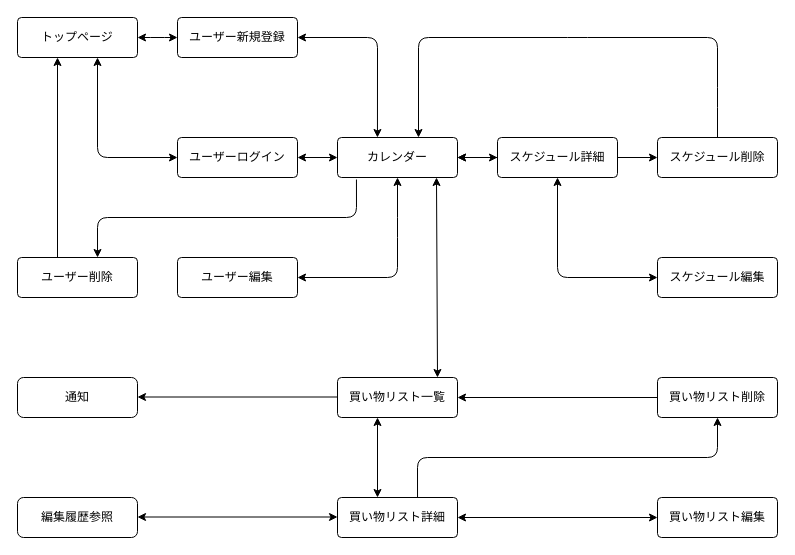
This is 画面遷移図.dio from wassyprince/shopping_days, a draw.io file, before an edit. Source tidied: cells renumbered, new cells numbered last; positions are measured from the earlier drawing's top-left corner, leaving out a move shared by most shapes. Both pictures are drawn from the tidied source at 100%, with x=0, y=0 at pixel (17, 17).
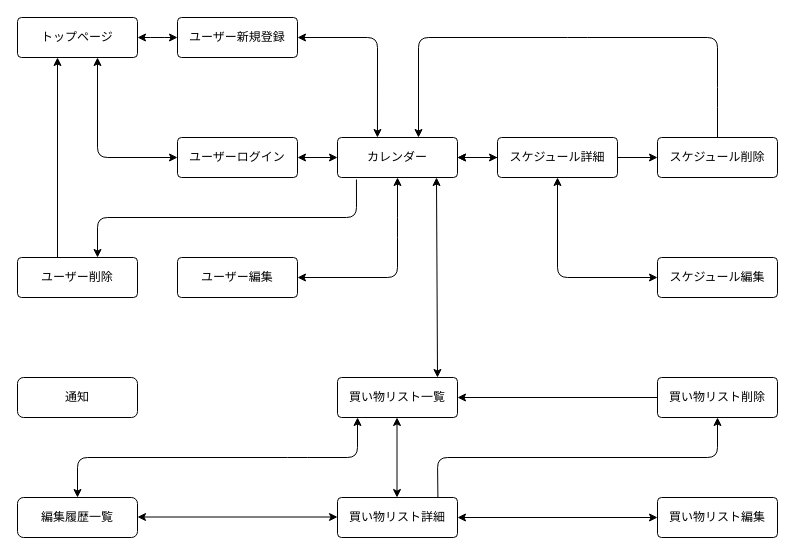
After the change.

The change refers to these unchanged cells:
```xml
<mxCell id="4" value="買い物リスト一覧" style="rounded=1;arcSize=10;whiteSpace=wrap;html=1;align=center;" parent="1" vertex="1">
  <mxGeometry x="320" y="360" width="120" height="40" as="geometry" />
</mxCell>
<mxCell id="27" value="買い物リスト削除" style="rounded=1;arcSize=10;whiteSpace=wrap;html=1;align=center;" parent="1" vertex="1">
  <mxGeometry x="640" y="360" width="120" height="40" as="geometry" />
</mxCell>
<mxCell id="33" value="買い物リスト詳細" style="rounded=1;arcSize=10;whiteSpace=wrap;html=1;align=center;" parent="1" vertex="1">
  <mxGeometry x="320" y="480" width="120" height="40" as="geometry" />
</mxCell>
```

The edit, as a diff of the source:
```diff
@@
-    <mxCell id="13" value="編集履歴参照" style="rounded=1;whiteSpace=wrap;html=1;" parent="1" vertex="1">
+    <mxCell id="13" value="編集履歴一覧" style="rounded=1;whiteSpace=wrap;html=1;" parent="1" vertex="1">
       <mxGeometry y="480" width="120" height="40" as="geometry" />
     </mxCell>
@@
     <mxCell id="24" style="endArrow=classic;startArrow=classic;html=1;exitX=0.5;exitY=0;exitDx=0;exitDy=0;entryX=0.5;entryY=1;entryDx=0;entryDy=0;" parent="1" edge="1">
       <mxGeometry relative="1" as="geometry">
-        <mxPoint x="360" y="480" as="sourcePoint" />
-        <mxPoint x="360" y="400" as="targetPoint" />
+        <mxPoint x="379.5" y="480" as="sourcePoint" />
+        <mxPoint x="379.5" y="400" as="targetPoint" />
       </mxGeometry>
     </mxCell>
@@
-    <mxCell id="28" style="endArrow=classic;html=1;entryX=0.5;entryY=1;entryDx=0;entryDy=0;exitX=0.667;exitY=0.025;exitDx=0;exitDy=0;exitPerimeter=0;" parent="1" edge="1" source="33" target="27">
+    <mxCell id="28" style="endArrow=classic;html=1;entryX=0.5;entryY=1;entryDx=0;entryDy=0;exitX=0.837;exitY=0.09;exitDx=0;exitDy=0;exitPerimeter=0;" parent="1" edge="1" source="33" target="27">
       <mxGeometry relative="1" as="geometry">
         <Array as="points">
-          <mxPoint x="400" y="440" />
+          <mxPoint x="420" y="440" />
           <mxPoint x="700" y="440" />
         </Array>
       </mxGeometry>
     </mxCell>
@@
-    <mxCell id="34" style="endArrow=classic;html=1;entryX=1;entryY=0.5;entryDx=0;entryDy=0;exitX=0;exitY=0.5;exitDx=0;exitDy=0;" parent="1" edge="1">
-      <mxGeometry relative="1" as="geometry">
-        <mxPoint x="320" y="379.5" as="sourcePoint" />
-        <mxPoint x="120" y="379.5" as="targetPoint" />
-      </mxGeometry>
-    </mxCell>
@@
+    <mxCell id="37" style="endArrow=classic;startArrow=classic;html=1;entryX=0.5;entryY=0;entryDx=0;entryDy=0;exitX=0.167;exitY=1;exitDx=0;exitDy=0;exitPerimeter=0;" parent="1" edge="1" source="4" target="13">
+      <mxGeometry relative="1" as="geometry">
+        <Array as="points">
+          <mxPoint x="340" y="440" />
+          <mxPoint x="280" y="440" />
+          <mxPoint x="60" y="440" />
+        </Array>
+      </mxGeometry>
+    </mxCell>
```
